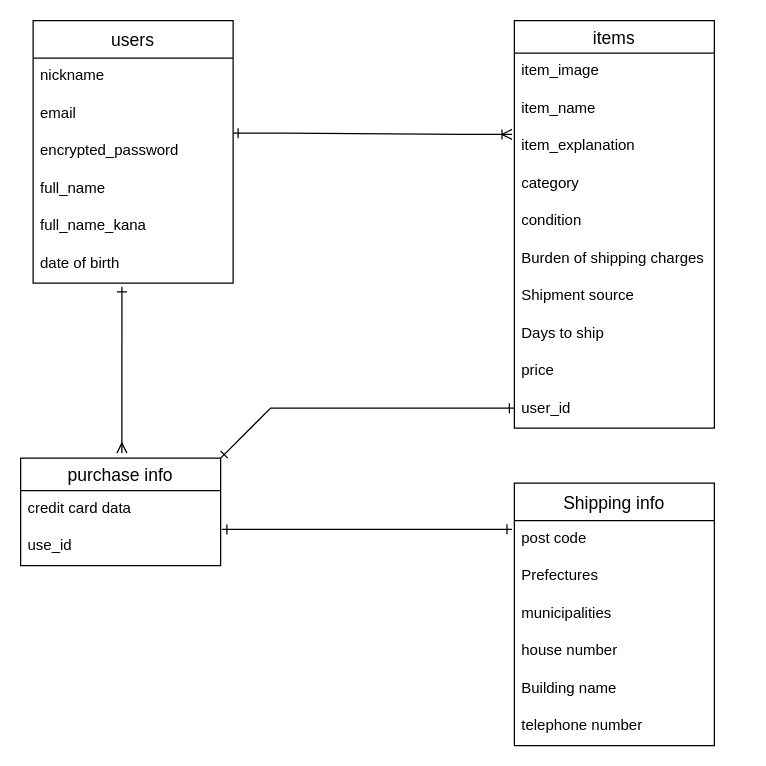
This is furima.dio from Yukibou-jp/furima-37187, a draw.io file, before an edit. Source tidied: cells renumbered, new cells numbered last; positions are measured from the earlier drawing's top-left corner, leaving out a move shared by most shapes. Both pictures are drawn from the tidied source at 125%, with x=0, y=0 at pixel (20, 20).
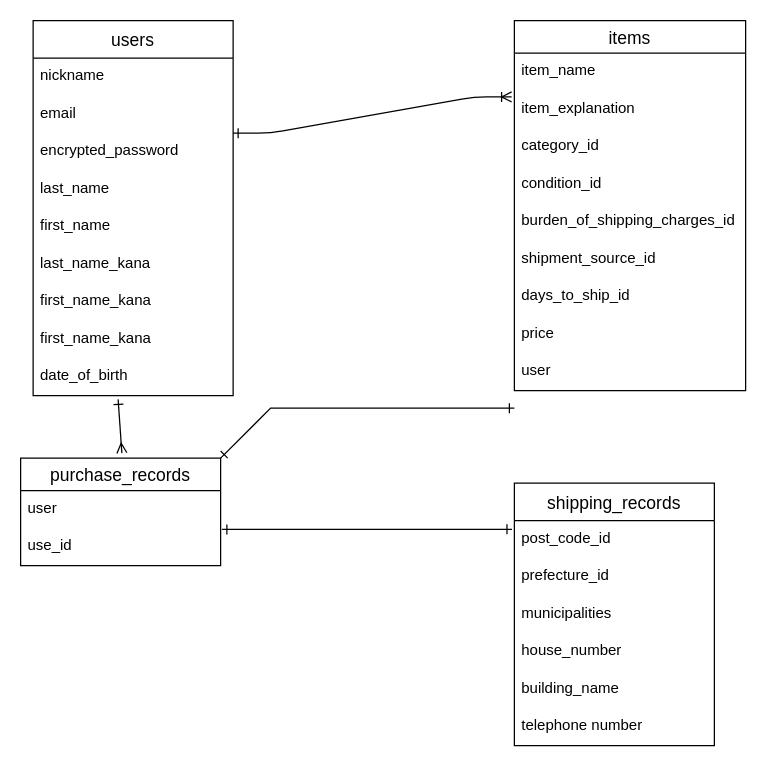
After the change.

What changed in the source:
```diff
@@
-    <mxCell id="2" style="edgeStyle=none;html=1;startArrow=ERone;startFill=0;endArrow=ERmany;endFill=0;exitX=0.444;exitY=1.1;exitDx=0;exitDy=0;exitPerimeter=0;" parent="1" edge="1" source="9">
+    <mxCell id="2" style="edgeStyle=none;html=1;startArrow=ERone;startFill=0;endArrow=ERmany;endFill=0;exitX=0.425;exitY=1.1;exitDx=0;exitDy=0;exitPerimeter=0;" parent="1" edge="1" source="39">
       <mxGeometry relative="1" as="geometry">
         <mxPoint x="81" y="346" as="targetPoint" />
       </mxGeometry>
     </mxCell>
     <mxCell id="3" value="users" style="swimlane;fontStyle=0;horizontal=1;startSize=30;align=center;fontSize=14;" parent="1" vertex="1">
-      <mxGeometry x="10" width="160" height="210" as="geometry" />
+      <mxGeometry x="10" width="160" height="300" as="geometry" />
     </mxCell>
@@
-    <mxCell id="7" value="full_name" style="text;strokeColor=none;fillColor=none;spacingLeft=4;spacingRight=4;overflow=hidden;fontSize=12;" parent="3" vertex="1">
-      <mxGeometry y="120" width="160" height="30" as="geometry" />
-    </mxCell>
-    <mxCell id="8" value="full_name_kana" style="text;strokeColor=none;fillColor=none;spacingLeft=4;spacingRight=4;overflow=hidden;fontSize=12;" parent="3" vertex="1">
-      <mxGeometry y="150" width="160" height="30" as="geometry" />
-    </mxCell>
-    <mxCell id="9" value="date of birth" style="text;strokeColor=none;fillColor=none;spacingLeft=4;spacingRight=4;overflow=hidden;points=[[0,0.5],[1,0.5]];portConstraint=eastwest;fontSize=12;" parent="3" vertex="1">
-      <mxGeometry y="180" width="160" height="30" as="geometry" />
-    </mxCell>
+    <mxCell id="34" value="last_name " style="text;strokeColor=none;fillColor=none;spacingLeft=4;spacingRight=4;overflow=hidden;fontSize=12;" parent="3" vertex="1">
+      <mxGeometry y="120" width="160" height="30" as="geometry" />
+    </mxCell>
+    <mxCell id="35" value="first_name" style="text;strokeColor=none;fillColor=none;spacingLeft=4;spacingRight=4;overflow=hidden;fontSize=12;" parent="3" vertex="1">
+      <mxGeometry y="150" width="160" height="30" as="geometry" />
+    </mxCell>
+    <mxCell id="36" value="last_name_kana " style="text;strokeColor=none;fillColor=none;spacingLeft=4;spacingRight=4;overflow=hidden;fontSize=12;" parent="3" vertex="1">
+      <mxGeometry y="180" width="160" height="30" as="geometry" />
+    </mxCell>
+    <mxCell id="37" value="first_name_kana" style="text;strokeColor=none;fillColor=none;spacingLeft=4;spacingRight=4;overflow=hidden;fontSize=12;" parent="3" vertex="1">
+      <mxGeometry y="210" width="160" height="30" as="geometry" />
+    </mxCell>
+    <mxCell id="38" value="first_name_kana" style="text;strokeColor=none;fillColor=none;spacingLeft=4;spacingRight=4;overflow=hidden;fontSize=12;" parent="3" vertex="1">
+      <mxGeometry y="240" width="160" height="30" as="geometry" />
+    </mxCell>
+    <mxCell id="39" value="date_of_birth" style="text;strokeColor=none;fillColor=none;spacingLeft=4;spacingRight=4;overflow=hidden;points=[[0,0.5],[1,0.5]];portConstraint=eastwest;fontSize=12;" parent="3" vertex="1">
+      <mxGeometry y="270" width="160" height="30" as="geometry" />
+    </mxCell>
     <mxCell id="10" value="items" style="swimlane;fontStyle=0;horizontal=1;startSize=26;align=center;fontSize=14;" parent="1" vertex="1">
-      <mxGeometry x="395" width="160" height="326" as="geometry" />
+      <mxGeometry x="395" width="185" height="296" as="geometry" />
     </mxCell>
-    <mxCell id="11" value="item_image" style="text;strokeColor=none;fillColor=none;spacingLeft=4;spacingRight=4;overflow=hidden;fontSize=12;" parent="10" vertex="1">
-      <mxGeometry y="26" width="160" height="30" as="geometry" />
-    </mxCell>
     <mxCell id="12" value="item_name" style="text;strokeColor=none;fillColor=none;spacingLeft=4;spacingRight=4;overflow=hidden;fontSize=12;" parent="10" vertex="1">
-      <mxGeometry y="56" width="160" height="30" as="geometry" />
+      <mxGeometry y="26" width="185" height="30" as="geometry" />
     </mxCell>
     <mxCell id="13" value="item_explanation" style="text;strokeColor=none;fillColor=none;spacingLeft=4;spacingRight=4;overflow=hidden;points=[[0,0.5],[1,0.5]];portConstraint=eastwest;fontSize=12;" parent="10" vertex="1">
-      <mxGeometry y="86" width="160" height="30" as="geometry" />
+      <mxGeometry y="56" width="185" height="30" as="geometry" />
     </mxCell>
-    <mxCell id="14" value="category" style="text;strokeColor=none;fillColor=none;spacingLeft=4;spacingRight=4;overflow=hidden;fontSize=12;" parent="10" vertex="1">
-      <mxGeometry y="116" width="160" height="30" as="geometry" />
+    <mxCell id="14" value="category_id" style="text;strokeColor=none;fillColor=none;spacingLeft=4;spacingRight=4;overflow=hidden;fontSize=12;" parent="10" vertex="1">
+      <mxGeometry y="86" width="185" height="30" as="geometry" />
     </mxCell>
-    <mxCell id="15" value="condition" style="text;strokeColor=none;fillColor=none;spacingLeft=4;spacingRight=4;overflow=hidden;fontSize=12;" parent="10" vertex="1">
-      <mxGeometry y="146" width="160" height="30" as="geometry" />
+    <mxCell id="15" value="condition_id" style="text;strokeColor=none;fillColor=none;spacingLeft=4;spacingRight=4;overflow=hidden;fontSize=12;" parent="10" vertex="1">
+      <mxGeometry y="116" width="185" height="30" as="geometry" />
     </mxCell>
-    <mxCell id="16" value="Burden of shipping charges" style="text;strokeColor=none;fillColor=none;spacingLeft=4;spacingRight=4;overflow=hidden;fontSize=12;" parent="10" vertex="1">
-      <mxGeometry y="176" width="160" height="30" as="geometry" />
+    <mxCell id="16" value="burden_of_shipping_charges_id" style="text;strokeColor=none;fillColor=none;spacingLeft=4;spacingRight=4;overflow=hidden;fontSize=12;" parent="10" vertex="1">
+      <mxGeometry y="146" width="185" height="30" as="geometry" />
     </mxCell>
-    <mxCell id="17" value="Shipment source" style="text;strokeColor=none;fillColor=none;spacingLeft=4;spacingRight=4;overflow=hidden;fontSize=12;" parent="10" vertex="1">
-      <mxGeometry y="206" width="160" height="30" as="geometry" />
+    <mxCell id="17" value="shipment_source_id" style="text;strokeColor=none;fillColor=none;spacingLeft=4;spacingRight=4;overflow=hidden;fontSize=12;" parent="10" vertex="1">
+      <mxGeometry y="176" width="185" height="30" as="geometry" />
     </mxCell>
-    <mxCell id="18" value="Days to ship" style="text;strokeColor=none;fillColor=none;spacingLeft=4;spacingRight=4;overflow=hidden;fontSize=12;" parent="10" vertex="1">
-      <mxGeometry y="236" width="160" height="30" as="geometry" />
+    <mxCell id="18" value="days_to_ship_id" style="text;strokeColor=none;fillColor=none;spacingLeft=4;spacingRight=4;overflow=hidden;fontSize=12;" parent="10" vertex="1">
+      <mxGeometry y="206" width="185" height="30" as="geometry" />
     </mxCell>
     <mxCell id="19" value="price" style="text;strokeColor=none;fillColor=none;spacingLeft=4;spacingRight=4;overflow=hidden;fontSize=12;" parent="10" vertex="1">
-      <mxGeometry y="266" width="160" height="30" as="geometry" />
+      <mxGeometry y="236" width="185" height="30" as="geometry" />
     </mxCell>
-    <mxCell id="20" value="user_id" style="text;strokeColor=none;fillColor=none;spacingLeft=4;spacingRight=4;overflow=hidden;fontSize=12;" parent="10" vertex="1">
-      <mxGeometry y="296" width="160" height="30" as="geometry" />
+    <mxCell id="20" value="user" style="text;strokeColor=none;fillColor=none;spacingLeft=4;spacingRight=4;overflow=hidden;fontSize=12;" parent="10" vertex="1">
+      <mxGeometry y="266" width="185" height="30" as="geometry" />
     </mxCell>
@@
-    <mxCell id="22" value="Shipping info" style="swimlane;fontStyle=0;horizontal=1;startSize=30;align=center;fontSize=14;" parent="1" vertex="1">
+    <mxCell id="22" value="shipping_records" style="swimlane;fontStyle=0;horizontal=1;startSize=30;align=center;fontSize=14;" parent="1" vertex="1">
       <mxGeometry x="395" y="370" width="160" height="210" as="geometry" />
     </mxCell>
-    <mxCell id="23" value="post code" style="text;strokeColor=none;fillColor=none;spacingLeft=4;spacingRight=4;overflow=hidden;points=[[0,0.5],[1,0.5]];portConstraint=eastwest;fontSize=12;" parent="22" vertex="1">
+    <mxCell id="23" value="post_code_id" style="text;strokeColor=none;fillColor=none;spacingLeft=4;spacingRight=4;overflow=hidden;points=[[0,0.5],[1,0.5]];portConstraint=eastwest;fontSize=12;" parent="22" vertex="1">
       <mxGeometry y="30" width="160" height="30" as="geometry" />
     </mxCell>
-    <mxCell id="24" value="Prefectures" style="text;strokeColor=none;fillColor=none;spacingLeft=4;spacingRight=4;overflow=hidden;fontSize=12;" parent="22" vertex="1">
+    <mxCell id="24" value="prefecture_id" style="text;strokeColor=none;fillColor=none;spacingLeft=4;spacingRight=4;overflow=hidden;fontSize=12;" parent="22" vertex="1">
       <mxGeometry y="60" width="160" height="30" as="geometry" />
     </mxCell>
@@
-    <mxCell id="26" value="house number" style="text;strokeColor=none;fillColor=none;spacingLeft=4;spacingRight=4;overflow=hidden;fontSize=12;" parent="22" vertex="1">
+    <mxCell id="26" value="house_number" style="text;strokeColor=none;fillColor=none;spacingLeft=4;spacingRight=4;overflow=hidden;fontSize=12;" parent="22" vertex="1">
       <mxGeometry y="120" width="160" height="30" as="geometry" />
     </mxCell>
-    <mxCell id="27" value="Building name" style="text;strokeColor=none;fillColor=none;spacingLeft=4;spacingRight=4;overflow=hidden;fontSize=12;" parent="22" vertex="1">
+    <mxCell id="27" value="building_name" style="text;strokeColor=none;fillColor=none;spacingLeft=4;spacingRight=4;overflow=hidden;fontSize=12;" parent="22" vertex="1">
       <mxGeometry y="150" width="160" height="30" as="geometry" />
     </mxCell>
@@
-    <mxCell id="30" value="purchase info" style="swimlane;fontStyle=0;horizontal=1;startSize=26;align=center;fontSize=14;" parent="1" vertex="1">
+    <mxCell id="30" value="purchase_records" style="swimlane;fontStyle=0;horizontal=1;startSize=26;align=center;fontSize=14;" parent="1" vertex="1">
       <mxGeometry y="350" width="160" height="86" as="geometry" />
     </mxCell>
-    <mxCell id="31" value="credit card data" style="text;strokeColor=none;fillColor=none;spacingLeft=4;spacingRight=4;overflow=hidden;fontSize=12;" parent="30" vertex="1">
+    <mxCell id="31" value="user" style="text;strokeColor=none;fillColor=none;spacingLeft=4;spacingRight=4;overflow=hidden;fontSize=12;" parent="30" vertex="1">
       <mxGeometry y="26" width="160" height="30" as="geometry" />
     </mxCell>
```
